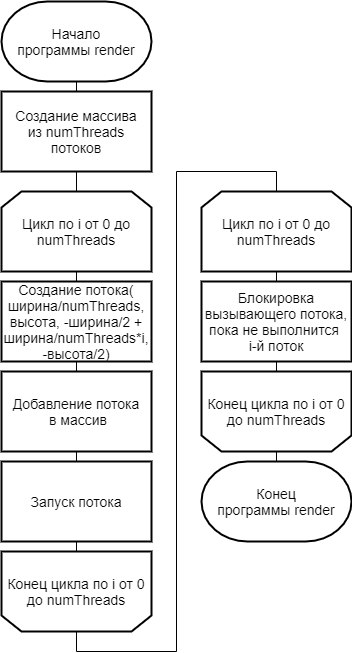
Before: lab4/report/inc/img/trass_split.png, a diagram exported from draw.io (alena-zayts/BMSTU_5sem_analysis_of_algorithms). Source tidied: cells renumbered, new cells last; positions are measured from the earlier drawing's top-left corner, leaving out a move shared by most shapes.
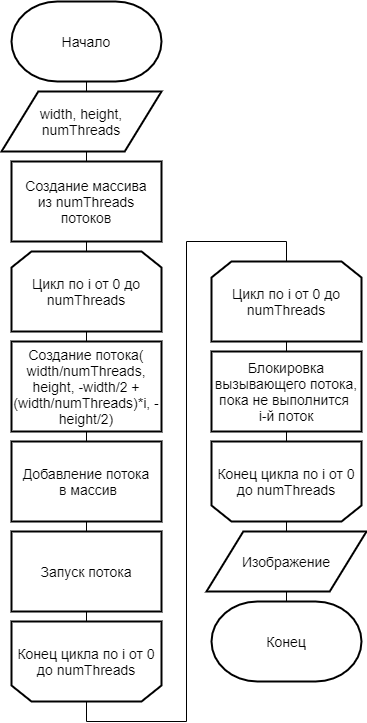
After the change.

Change to the diagram source:
```diff
@@ -2,17 +2,25 @@
   <root>
     <mxCell id="0" />
     <mxCell id="1" parent="0" />
+    <mxCell id="16" style="edgeStyle=orthogonalEdgeStyle;rounded=0;jettySize=auto;html=1;exitX=0.5;exitY=1;exitDx=0;exitDy=0;entryX=0.5;entryY=1;entryDx=0;entryDy=0;endArrow=none;endFill=0;entryPerimeter=0;" parent="1" edge="1" source="8" target="9">
+      <mxGeometry relative="1" as="geometry" />
+    </mxCell>
     <mxCell id="2" style="edgeStyle=orthogonalEdgeStyle;rounded=0;jettySize=auto;html=1;exitX=0.5;exitY=1;exitDx=0;exitDy=0;entryX=0.5;entryY=0;entryDx=0;entryDy=0;entryPerimeter=0;endArrow=none;endFill=0;" parent="1" edge="1" source="15" target="4">
       <mxGeometry relative="1" as="geometry" />
     </mxCell>
-    <mxCell id="3" style="edgeStyle=orthogonalEdgeStyle;rounded=0;jettySize=auto;html=1;exitX=0.5;exitY=1;exitDx=0;exitDy=0;entryX=0.5;entryY=1;entryDx=0;entryDy=0;endArrow=none;endFill=0;entryPerimeter=0;" parent="1" edge="1" source="8" target="5">
-      <mxGeometry relative="1" as="geometry" />
+    <mxCell id="3" style="edgeStyle=orthogonalEdgeStyle;rounded=0;jettySize=auto;html=1;exitX=0.5;exitY=1;exitDx=0;exitDy=0;entryX=0.5;entryY=1;entryDx=0;entryDy=0;endArrow=none;endFill=0;entryPerimeter=0;" parent="1" edge="1" source="9" target="5">
+      <mxGeometry relative="1" as="geometry">
+        <Array as="points">
+          <mxPoint x="75" y="260" />
+          <mxPoint x="75" y="260" />
+        </Array>
+      </mxGeometry>
     </mxCell>
-    <mxCell id="4" value="Конец программы&amp;nbsp;render" style="strokeWidth=2;html=1;shape=mxgraph.flowchart.terminator;whiteSpace=wrap;fontSize=14;" parent="1" vertex="1">
-      <mxGeometry x="200" y="460" width="150" height="80" as="geometry" />
+    <mxCell id="4" value="Конец" style="strokeWidth=2;html=1;shape=mxgraph.flowchart.terminator;whiteSpace=wrap;fontSize=14;" parent="1" vertex="1">
+      <mxGeometry x="200" y="530" width="150" height="80" as="geometry" />
     </mxCell>
-    <mxCell id="5" value="&lt;font style=&quot;font-size: 14px&quot;&gt;Начало программы&amp;nbsp;render&lt;/font&gt;" style="strokeWidth=2;html=1;shape=mxgraph.flowchart.terminator;whiteSpace=wrap;fontSize=14;fontFamily=Helvetica;" parent="1" vertex="1">
-      <mxGeometry width="150" height="80" as="geometry" />
+    <mxCell id="5" value="&lt;font style=&quot;font-size: 14px&quot;&gt;Начало&lt;/font&gt;" style="strokeWidth=2;html=1;shape=mxgraph.flowchart.terminator;whiteSpace=wrap;fontSize=14;fontFamily=Helvetica;" parent="1" vertex="1">
+      <mxGeometry y="-70" width="150" height="80" as="geometry" />
     </mxCell>
     <mxCell id="6" value="Создание массива из&amp;nbsp;numThreads потоков" style="rounded=0;whiteSpace=wrap;html=1;strokeWidth=2;fontSize=14;" parent="1" vertex="1">
       <mxGeometry y="90" width="150" height="80" as="geometry" />
@@ -23,9 +31,6 @@
     <mxCell id="8" value="&lt;span style=&quot;font-size: 14px&quot;&gt;Конец цикла&amp;nbsp;&lt;/span&gt;&lt;span style=&quot;font-size: 14px&quot;&gt;по i от 0 до numThreads&lt;/span&gt;&lt;span style=&quot;color: rgba(0 , 0 , 0 , 0) ; font-family: monospace ; font-size: 0px&quot;&gt;%3CmxGraphModel%3E%3Croot%3E%3CmxCell%20id%3D%220%22%2F%3E%3CmxCell%20id%3D%221%22%20parent%3D%220%22%2F%3E%3CmxCell%20id%3D%222%22%20value%3D%22%26lt%3Bspan%20style%3D%26quot%3Bfont-size%3A%2014px%26quot%3B%26gt%3B%D0%A6%D0%B8%D0%BA%D0%BB%20%D0%BF%D0%BE%20x%20%D0%BE%D1%82%200%20%D0%B4%D0%BE%20%D0%B7%D0%BD%D0%B0%D1%87%D0%B5%D0%BD%D0%B8%D1%8F%20%D1%88%D0%B8%D1%80%D0%B8%D0%BD%D1%8B%20%D1%8D%D0%BA%D1%80%D0%B0%D0%BD%D0%B0%26lt%3B%2Fspan%26gt%3B%22%20style%3D%22shape%3DloopLimit%3BwhiteSpace%3Dwrap%3Bhtml%3D1%3BstrokeWidth%3D2%3B%22%20vertex%3D%221%22%20parent%3D%221%22%3E%3CmxGeometry%20x%3D%22810%22%20y%3D%2252%22%20width%3D%22140%22%20height%3D%2270%22%20as%3D%22geometry%22%2F%3E%3C%2FmxCell%3E%3CmxCell%20id%3D%223%22%20value%3D%22%26lt%3Bspan%20style%3D%26quot%3Bfont-size%3A%2014px%26quot%3B%26gt%3B%D0%9A%D0%BE%D0%BD%D0%B5%D1%86%20%D1%86%D0%B8%D0%BA%D0%BB%D0%B0%26amp%3Bnbsp%3B%26lt%3B%2Fspan%26gt%3B%26lt%3Bspan%20style%3D%26quot%3Bfont-size%3A%2014px%26quot%3B%26gt%3B%D0%BF%D0%BE%20x%20%D0%BE%D1%82%200%20%D0%B4%D0%BE%20%D0%B7%D0%BD%D0%B0%D1%87%D0%B5%D0%BD%D0%B8%D1%8F%20%D1%88%D0%B8%D1%80%D0%B8%D0%BD%D1%8B%20%D1%8D%D0%BA%D1%80%D0%B0%D0%BD%D0%B0%26lt%3B%2Fspan%26gt%3B%22%20style%3D%22shape%3DloopLimit%3BwhiteSpace%3Dwrap%3Bhtml%3D1%3BstrokeWidth%3D2%3Bdirection%3Dwest%3B%22%20vertex%3D%221%22%20parent%3D%221%22%3E%3CmxGeometry%20x%3D%22810%22%20y%3D%22550%22%20width%3D%22140%22%20height%3D%2270%22%20as%3D%22geometry%22%2F%3E%3C%2FmxCell%3E%3C%2Froot%3E%3C%2FmxGraphModel%3E&lt;/span&gt;&lt;span style=&quot;color: rgba(0 , 0 , 0 , 0) ; font-family: monospace ; font-size: 0px&quot;&gt;%3CmxGraphModel%3E%3Croot%3E%3CmxCell%20id%3D%220%22%2F%3E%3CmxCell%20id%3D%221%22%20parent%3D%220%22%2F%3E%3CmxCell%20id%3D%222%22%20value%3D%22%26lt%3Bspan%20style%3D%26quot%3Bfont-size%3A%2014px%26quot%3B%26gt%3B%D0%A6%D0%B8%D0%BA%D0%BB%20%D0%BF%D0%BE%20x%20%D0%BE%D1%82%200%20%D0%B4%D0%BE%20%D0%B7%D0%BD%D0%B0%D1%87%D0%B5%D0%BD%D0%B8%D1%8F%20%D1%88%D0%B8%D1%80%D0%B8%D0%BD%D1%8B%20%D1%8D%D0%BA%D1%80%D0%B0%D0%BD%D0%B0%26lt%3B%2Fspan%26gt%3B%22%20style%3D%22shape%3DloopLimit%3BwhiteSpace%3Dwrap%3Bhtml%3D1%3BstrokeWidth%3D2%3B%22%20vertex%3D%221%22%20parent%3D%221%22%3E%3CmxGeometry%20x%3D%22810%22%20y%3D%2252%22%20width%3D%22140%22%20height%3D%2270%22%20as%3D%22geometry%22%2F%3E%3C%2FmxCell%3E%3CmxCell%20id%3D%223%22%20value%3D%22%26lt%3Bspan%20style%3D%26quot%3Bfont-size%3A%2014px%26quot%3B%26gt%3B%D0%9A%D0%BE%D0%BD%D0%B5%D1%86%20%D1%86%D0%B8%D0%BA%D0%BB%D0%B0%26amp%3Bnbsp%3B%26lt%3B%2Fspan%26gt%3B%26lt%3Bspan%20style%3D%26quot%3Bfont-size%3A%2014px%26quot%3B%26gt%3B%D0%BF%D0%BE%20x%20%D0%BE%D1%82%200%20%D0%B4%D0%BE%20%D0%B7%D0%BD%D0%B0%D1%87%D0%B5%D0%BD%D0%B8%D1%8F%20%D1%88%D0%B8%D1%80%D0%B8%D0%BD%D1%8B%20%D1%8D%D0%BA%D1%80%D0%B0%D0%BD%D0%B0%26lt%3B%2Fspan%26gt%3B%22%20style%3D%22shape%3DloopLimit%3BwhiteSpace%3Dwrap%3Bhtml%3D1%3BstrokeWidth%3D2%3Bdirection%3Dwest%3B%22%20vertex%3D%221%22%20parent%3D%221%22%3E%3CmxGeometry%20x%3D%22810%22%20y%3D%22550%22%20width%3D%22140%22%20height%3D%2270%22%20as%3D%22geometry%22%2F%3E%3C%2FmxCell%3E%3C%2Froot%3E%3C%2FmxGraphModel%3E&lt;/span&gt;" style="shape=loopLimit;whiteSpace=wrap;html=1;strokeWidth=2;direction=west;" parent="1" vertex="1">
       <mxGeometry y="550" width="150" height="80" as="geometry" />
     </mxCell>
-    <mxCell id="9" value="Создание потока(&lt;br&gt;ширина/numThreads, высота, -ширина/2 + ширина/numThreads*i, -высота/2)" style="rounded=0;whiteSpace=wrap;html=1;strokeWidth=2;fontSize=14;" parent="1" vertex="1">
-      <mxGeometry y="280" width="150" height="80" as="geometry" />
-    </mxCell>
     <mxCell id="10" value="Добавление потока&lt;br&gt;&amp;nbsp;в массив" style="rounded=0;whiteSpace=wrap;html=1;strokeWidth=2;fontSize=14;" parent="1" vertex="1">
       <mxGeometry y="370" width="150" height="80" as="geometry" />
     </mxCell>
@@ -33,7 +38,7 @@
       <mxGeometry y="460" width="150" height="80" as="geometry" />
     </mxCell>
     <mxCell id="12" value="&lt;span style=&quot;font-size: 14px&quot;&gt;Цикл по i от 0 до numThreads&lt;/span&gt;&lt;span style=&quot;color: rgba(0 , 0 , 0 , 0) ; font-family: monospace ; font-size: 0px&quot;&gt;%3CmxGraphModel%3E%3Croot%3E%3CmxCell%20id%3D%220%22%2F%3E%3CmxCell%20id%3D%221%22%20parent%3D%220%22%2F%3E%3CmxCell%20id%3D%222%22%20value%3D%22%26lt%3Bspan%20style%3D%26quot%3Bfont-size%3A%2014px%26quot%3B%26gt%3B%D0%A6%D0%B8%D0%BA%D0%BB%20%D0%BF%D0%BE%20x%20%D0%BE%D1%82%200%20%D0%B4%D0%BE%20%D0%B7%D0%BD%D0%B0%D1%87%D0%B5%D0%BD%D0%B8%D1%8F%20%D1%88%D0%B8%D1%80%D0%B8%D0%BD%D1%8B%20%D1%8D%D0%BA%D1%80%D0%B0%D0%BD%D0%B0%26lt%3B%2Fspan%26gt%3B%22%20style%3D%22shape%3DloopLimit%3BwhiteSpace%3Dwrap%3Bhtml%3D1%3BstrokeWidth%3D2%3B%22%20vertex%3D%221%22%20parent%3D%221%22%3E%3CmxGeometry%20x%3D%22810%22%20y%3D%2252%22%20width%3D%22140%22%20height%3D%2270%22%20as%3D%22geometry%22%2F%3E%3C%2FmxCell%3E%3CmxCell%20id%3D%223%22%20value%3D%22%26lt%3Bspan%20style%3D%26quot%3Bfont-size%3A%2014px%26quot%3B%26gt%3B%D0%9A%D0%BE%D0%BD%D0%B5%D1%86%20%D1%86%D0%B8%D0%BA%D0%BB%D0%B0%26amp%3Bnbsp%3B%26lt%3B%2Fspan%26gt%3B%26lt%3Bspan%20style%3D%26quot%3Bfont-size%3A%2014px%26quot%3B%26gt%3B%D0%BF%D0%BE%20x%20%D0%BE%D1%82%200%20%D0%B4%D0%BE%20%D0%B7%D0%BD%D0%B0%D1%87%D0%B5%D0%BD%D0%B8%D1%8F%20%D1%88%D0%B8%D1%80%D0%B8%D0%BD%D1%8B%20%D1%8D%D0%BA%D1%80%D0%B0%D0%BD%D0%B0%26lt%3B%2Fspan%26gt%3B%22%20style%3D%22shape%3DloopLimit%3BwhiteSpace%3Dwrap%3Bhtml%3D1%3BstrokeWidth%3D2%3Bdirection%3Dwest%3B%22%20vertex%3D%221%22%20parent%3D%221%22%3E%3CmxGeometry%20x%3D%22810%22%20y%3D%22550%22%20width%3D%22140%22%20height%3D%2270%22%20as%3D%22geometry%22%2F%3E%3C%2FmxCell%3E%3C%2Froot%3E%3C%2FmxGraphModel%3E&lt;/span&gt;&lt;span style=&quot;color: rgba(0 , 0 , 0 , 0) ; font-family: monospace ; font-size: 0px&quot;&gt;%3CmxGraphModel%3E%3Croot%3E%3CmxCell%20id%3D%220%22%2F%3E%3CmxCell%20id%3D%221%22%20parent%3D%220%22%2F%3E%3CmxCell%20id%3D%222%22%20value%3D%22%26lt%3Bspan%20style%3D%26quot%3Bfont-size%3A%2014px%26quot%3B%26gt%3B%D0%A6%D0%B8%D0%BA%D0%BB%20%D0%BF%D0%BE%20x%20%D0%BE%D1%82%200%20%D0%B4%D0%BE%20%D0%B7%D0%BD%D0%B0%D1%87%D0%B5%D0%BD%D0%B8%D1%8F%20%D1%88%D0%B8%D1%80%D0%B8%D0%BD%D1%8B%20%D1%8D%D0%BA%D1%80%D0%B0%D0%BD%D0%B0%26lt%3B%2Fspan%26gt%3B%22%20style%3D%22shape%3DloopLimit%3BwhiteSpace%3Dwrap%3Bhtml%3D1%3BstrokeWidth%3D2%3B%22%20vertex%3D%221%22%20parent%3D%221%22%3E%3CmxGeometry%20x%3D%22810%22%20y%3D%2252%22%20width%3D%22140%22%20height%3D%2270%22%20as%3D%22geometry%22%2F%3E%3C%2FmxCell%3E%3CmxCell%20id%3D%223%22%20value%3D%22%26lt%3Bspan%20style%3D%26quot%3Bfont-size%3A%2014px%26quot%3B%26gt%3B%D0%9A%D0%BE%D0%BD%D0%B5%D1%86%20%D1%86%D0%B8%D0%BA%D0%BB%D0%B0%26amp%3Bnbsp%3B%26lt%3B%2Fspan%26gt%3B%26lt%3Bspan%20style%3D%26quot%3Bfont-size%3A%2014px%26quot%3B%26gt%3B%D0%BF%D0%BE%20x%20%D0%BE%D1%82%200%20%D0%B4%D0%BE%20%D0%B7%D0%BD%D0%B0%D1%87%D0%B5%D0%BD%D0%B8%D1%8F%20%D1%88%D0%B8%D1%80%D0%B8%D0%BD%D1%8B%20%D1%8D%D0%BA%D1%80%D0%B0%D0%BD%D0%B0%26lt%3B%2Fspan%26gt%3B%22%20style%3D%22shape%3DloopLimit%3BwhiteSpace%3Dwrap%3Bhtml%3D1%3BstrokeWidth%3D2%3Bdirection%3Dwest%3B%22%20vertex%3D%221%22%20parent%3D%221%22%3E%3CmxGeometry%20x%3D%22810%22%20y%3D%22550%22%20width%3D%22140%22%20height%3D%2270%22%20as%3D%22geometry%22%2F%3E%3C%2FmxCell%3E%3C%2Froot%3E%3C%2FmxGraphModel%3E&lt;/span&gt;" style="shape=loopLimit;whiteSpace=wrap;html=1;strokeWidth=2;" parent="1" vertex="1">
-      <mxGeometry y="190" width="150" height="80" as="geometry" />
+      <mxGeometry y="180" width="150" height="80" as="geometry" />
     </mxCell>
     <mxCell id="13" value="&lt;span style=&quot;font-size: 14px&quot;&gt;Конец цикла&amp;nbsp;&lt;/span&gt;&lt;span style=&quot;font-size: 14px&quot;&gt;по i от 0 до numThreads&lt;/span&gt;&lt;span style=&quot;color: rgba(0 , 0 , 0 , 0) ; font-family: monospace ; font-size: 0px&quot;&gt;%3CmxGraphModel%3E%3Croot%3E%3CmxCell%20id%3D%220%22%2F%3E%3CmxCell%20id%3D%221%22%20parent%3D%220%22%2F%3E%3CmxCell%20id%3D%222%22%20value%3D%22%26lt%3Bspan%20style%3D%26quot%3Bfont-size%3A%2014px%26quot%3B%26gt%3B%D0%A6%D0%B8%D0%BA%D0%BB%20%D0%BF%D0%BE%20x%20%D0%BE%D1%82%200%20%D0%B4%D0%BE%20%D0%B7%D0%BD%D0%B0%D1%87%D0%B5%D0%BD%D0%B8%D1%8F%20%D1%88%D0%B8%D1%80%D0%B8%D0%BD%D1%8B%20%D1%8D%D0%BA%D1%80%D0%B0%D0%BD%D0%B0%26lt%3B%2Fspan%26gt%3B%22%20style%3D%22shape%3DloopLimit%3BwhiteSpace%3Dwrap%3Bhtml%3D1%3BstrokeWidth%3D2%3B%22%20vertex%3D%221%22%20parent%3D%221%22%3E%3CmxGeometry%20x%3D%22810%22%20y%3D%2252%22%20width%3D%22140%22%20height%3D%2270%22%20as%3D%22geometry%22%2F%3E%3C%2FmxCell%3E%3CmxCell%20id%3D%223%22%20value%3D%22%26lt%3Bspan%20style%3D%26quot%3Bfont-size%3A%2014px%26quot%3B%26gt%3B%D0%9A%D0%BE%D0%BD%D0%B5%D1%86%20%D1%86%D0%B8%D0%BA%D0%BB%D0%B0%26amp%3Bnbsp%3B%26lt%3B%2Fspan%26gt%3B%26lt%3Bspan%20style%3D%26quot%3Bfont-size%3A%2014px%26quot%3B%26gt%3B%D0%BF%D0%BE%20x%20%D0%BE%D1%82%200%20%D0%B4%D0%BE%20%D0%B7%D0%BD%D0%B0%D1%87%D0%B5%D0%BD%D0%B8%D1%8F%20%D1%88%D0%B8%D1%80%D0%B8%D0%BD%D1%8B%20%D1%8D%D0%BA%D1%80%D0%B0%D0%BD%D0%B0%26lt%3B%2Fspan%26gt%3B%22%20style%3D%22shape%3DloopLimit%3BwhiteSpace%3Dwrap%3Bhtml%3D1%3BstrokeWidth%3D2%3Bdirection%3Dwest%3B%22%20vertex%3D%221%22%20parent%3D%221%22%3E%3CmxGeometry%20x%3D%22810%22%20y%3D%22550%22%20width%3D%22140%22%20height%3D%2270%22%20as%3D%22geometry%22%2F%3E%3C%2FmxCell%3E%3C%2Froot%3E%3C%2FmxGraphModel%3E&lt;/span&gt;&lt;span style=&quot;color: rgba(0 , 0 , 0 , 0) ; font-family: monospace ; font-size: 0px&quot;&gt;%3CmxGraphModel%3E%3Croot%3E%3CmxCell%20id%3D%220%22%2F%3E%3CmxCell%20id%3D%221%22%20parent%3D%220%22%2F%3E%3CmxCell%20id%3D%222%22%20value%3D%22%26lt%3Bspan%20style%3D%26quot%3Bfont-size%3A%2014px%26quot%3B%26gt%3B%D0%A6%D0%B8%D0%BA%D0%BB%20%D0%BF%D0%BE%20x%20%D0%BE%D1%82%200%20%D0%B4%D0%BE%20%D0%B7%D0%BD%D0%B0%D1%87%D0%B5%D0%BD%D0%B8%D1%8F%20%D1%88%D0%B8%D1%80%D0%B8%D0%BD%D1%8B%20%D1%8D%D0%BA%D1%80%D0%B0%D0%BD%D0%B0%26lt%3B%2Fspan%26gt%3B%22%20style%3D%22shape%3DloopLimit%3BwhiteSpace%3Dwrap%3Bhtml%3D1%3BstrokeWidth%3D2%3B%22%20vertex%3D%221%22%20parent%3D%221%22%3E%3CmxGeometry%20x%3D%22810%22%20y%3D%2252%22%20width%3D%22140%22%20height%3D%2270%22%20as%3D%22geometry%22%2F%3E%3C%2FmxCell%3E%3CmxCell%20id%3D%223%22%20value%3D%22%26lt%3Bspan%20style%3D%26quot%3Bfont-size%3A%2014px%26quot%3B%26gt%3B%D0%9A%D0%BE%D0%BD%D0%B5%D1%86%20%D1%86%D0%B8%D0%BA%D0%BB%D0%B0%26amp%3Bnbsp%3B%26lt%3B%2Fspan%26gt%3B%26lt%3Bspan%20style%3D%26quot%3Bfont-size%3A%2014px%26quot%3B%26gt%3B%D0%BF%D0%BE%20x%20%D0%BE%D1%82%200%20%D0%B4%D0%BE%20%D0%B7%D0%BD%D0%B0%D1%87%D0%B5%D0%BD%D0%B8%D1%8F%20%D1%88%D0%B8%D1%80%D0%B8%D0%BD%D1%8B%20%D1%8D%D0%BA%D1%80%D0%B0%D0%BD%D0%B0%26lt%3B%2Fspan%26gt%3B%22%20style%3D%22shape%3DloopLimit%3BwhiteSpace%3Dwrap%3Bhtml%3D1%3BstrokeWidth%3D2%3Bdirection%3Dwest%3B%22%20vertex%3D%221%22%20parent%3D%221%22%3E%3CmxGeometry%20x%3D%22810%22%20y%3D%22550%22%20width%3D%22140%22%20height%3D%2270%22%20as%3D%22geometry%22%2F%3E%3C%2FmxCell%3E%3C%2Froot%3E%3C%2FmxGraphModel%3E&lt;/span&gt;" style="shape=loopLimit;whiteSpace=wrap;html=1;strokeWidth=2;direction=west;" parent="1" vertex="1">
       <mxGeometry x="200" y="370" width="150" height="80" as="geometry" />
@@ -44,5 +49,14 @@
     <mxCell id="15" value="&lt;span style=&quot;font-size: 14px&quot;&gt;Цикл по i от 0 до numThreads&lt;/span&gt;&lt;span style=&quot;color: rgba(0 , 0 , 0 , 0) ; font-family: monospace ; font-size: 0px&quot;&gt;%3CmxGraphModel%3E%3Croot%3E%3CmxCell%20id%3D%220%22%2F%3E%3CmxCell%20id%3D%221%22%20parent%3D%220%22%2F%3E%3CmxCell%20id%3D%222%22%20value%3D%22%26lt%3Bspan%20style%3D%26quot%3Bfont-size%3A%2014px%26quot%3B%26gt%3B%D0%A6%D0%B8%D0%BA%D0%BB%20%D0%BF%D0%BE%20x%20%D0%BE%D1%82%200%20%D0%B4%D0%BE%20%D0%B7%D0%BD%D0%B0%D1%87%D0%B5%D0%BD%D0%B8%D1%8F%20%D1%88%D0%B8%D1%80%D0%B8%D0%BD%D1%8B%20%D1%8D%D0%BA%D1%80%D0%B0%D0%BD%D0%B0%26lt%3B%2Fspan%26gt%3B%22%20style%3D%22shape%3DloopLimit%3BwhiteSpace%3Dwrap%3Bhtml%3D1%3BstrokeWidth%3D2%3B%22%20vertex%3D%221%22%20parent%3D%221%22%3E%3CmxGeometry%20x%3D%22810%22%20y%3D%2252%22%20width%3D%22140%22%20height%3D%2270%22%20as%3D%22geometry%22%2F%3E%3C%2FmxCell%3E%3CmxCell%20id%3D%223%22%20value%3D%22%26lt%3Bspan%20style%3D%26quot%3Bfont-size%3A%2014px%26quot%3B%26gt%3B%D0%9A%D0%BE%D0%BD%D0%B5%D1%86%20%D1%86%D0%B8%D0%BA%D0%BB%D0%B0%26amp%3Bnbsp%3B%26lt%3B%2Fspan%26gt%3B%26lt%3Bspan%20style%3D%26quot%3Bfont-size%3A%2014px%26quot%3B%26gt%3B%D0%BF%D0%BE%20x%20%D0%BE%D1%82%200%20%D0%B4%D0%BE%20%D0%B7%D0%BD%D0%B0%D1%87%D0%B5%D0%BD%D0%B8%D1%8F%20%D1%88%D0%B8%D1%80%D0%B8%D0%BD%D1%8B%20%D1%8D%D0%BA%D1%80%D0%B0%D0%BD%D0%B0%26lt%3B%2Fspan%26gt%3B%22%20style%3D%22shape%3DloopLimit%3BwhiteSpace%3Dwrap%3Bhtml%3D1%3BstrokeWidth%3D2%3Bdirection%3Dwest%3B%22%20vertex%3D%221%22%20parent%3D%221%22%3E%3CmxGeometry%20x%3D%22810%22%20y%3D%22550%22%20width%3D%22140%22%20height%3D%2270%22%20as%3D%22geometry%22%2F%3E%3C%2FmxCell%3E%3C%2Froot%3E%3C%2FmxGraphModel%3E&lt;/span&gt;&lt;span style=&quot;color: rgba(0 , 0 , 0 , 0) ; font-family: monospace ; font-size: 0px&quot;&gt;%3CmxGraphModel%3E%3Croot%3E%3CmxCell%20id%3D%220%22%2F%3E%3CmxCell%20id%3D%221%22%20parent%3D%220%22%2F%3E%3CmxCell%20id%3D%222%22%20value%3D%22%26lt%3Bspan%20style%3D%26quot%3Bfont-size%3A%2014px%26quot%3B%26gt%3B%D0%A6%D0%B8%D0%BA%D0%BB%20%D0%BF%D0%BE%20x%20%D0%BE%D1%82%200%20%D0%B4%D0%BE%20%D0%B7%D0%BD%D0%B0%D1%87%D0%B5%D0%BD%D0%B8%D1%8F%20%D1%88%D0%B8%D1%80%D0%B8%D0%BD%D1%8B%20%D1%8D%D0%BA%D1%80%D0%B0%D0%BD%D0%B0%26lt%3B%2Fspan%26gt%3B%22%20style%3D%22shape%3DloopLimit%3BwhiteSpace%3Dwrap%3Bhtml%3D1%3BstrokeWidth%3D2%3B%22%20vertex%3D%221%22%20parent%3D%221%22%3E%3CmxGeometry%20x%3D%22810%22%20y%3D%2252%22%20width%3D%22140%22%20height%3D%2270%22%20as%3D%22geometry%22%2F%3E%3C%2FmxCell%3E%3CmxCell%20id%3D%223%22%20value%3D%22%26lt%3Bspan%20style%3D%26quot%3Bfont-size%3A%2014px%26quot%3B%26gt%3B%D0%9A%D0%BE%D0%BD%D0%B5%D1%86%20%D1%86%D0%B8%D0%BA%D0%BB%D0%B0%26amp%3Bnbsp%3B%26lt%3B%2Fspan%26gt%3B%26lt%3Bspan%20style%3D%26quot%3Bfont-size%3A%2014px%26quot%3B%26gt%3B%D0%BF%D0%BE%20x%20%D0%BE%D1%82%200%20%D0%B4%D0%BE%20%D0%B7%D0%BD%D0%B0%D1%87%D0%B5%D0%BD%D0%B8%D1%8F%20%D1%88%D0%B8%D1%80%D0%B8%D0%BD%D1%8B%20%D1%8D%D0%BA%D1%80%D0%B0%D0%BD%D0%B0%26lt%3B%2Fspan%26gt%3B%22%20style%3D%22shape%3DloopLimit%3BwhiteSpace%3Dwrap%3Bhtml%3D1%3BstrokeWidth%3D2%3Bdirection%3Dwest%3B%22%20vertex%3D%221%22%20parent%3D%221%22%3E%3CmxGeometry%20x%3D%22810%22%20y%3D%22550%22%20width%3D%22140%22%20height%3D%2270%22%20as%3D%22geometry%22%2F%3E%3C%2FmxCell%3E%3C%2Froot%3E%3C%2FmxGraphModel%3E&lt;/span&gt;" style="shape=loopLimit;whiteSpace=wrap;html=1;strokeWidth=2;" parent="1" vertex="1">
       <mxGeometry x="200" y="190" width="150" height="80" as="geometry" />
     </mxCell>
+    <mxCell id="17" value="&lt;font style=&quot;font-size: 14px&quot;&gt;width, height, numThreads&lt;br&gt;&lt;/font&gt;" style="shape=parallelogram;html=1;strokeWidth=2;perimeter=parallelogramPerimeter;whiteSpace=wrap;rounded=0;arcSize=12;size=0.23;fontSize=13;" parent="1" vertex="1">
+      <mxGeometry x="-10" y="20" width="160" height="60" as="geometry" />
+    </mxCell>
+    <mxCell id="9" value="Создание потока(&lt;br&gt;width/numThreads, height, -width/2 + (width/numThreads)*i, -height/2)" style="rounded=0;whiteSpace=wrap;html=1;strokeWidth=2;fontSize=14;" parent="1" vertex="1">
+      <mxGeometry y="270" width="150" height="90" as="geometry" />
+    </mxCell>
+    <mxCell id="18" value="&lt;font style=&quot;font-size: 14px&quot;&gt;Изображение&lt;br&gt;&lt;/font&gt;" style="shape=parallelogram;html=1;strokeWidth=2;perimeter=parallelogramPerimeter;whiteSpace=wrap;rounded=0;arcSize=12;size=0.23;fontSize=13;" parent="1" vertex="1">
+      <mxGeometry x="195" y="460" width="160" height="60" as="geometry" />
+    </mxCell>
   </root>
 </mxGraphModel>
```
